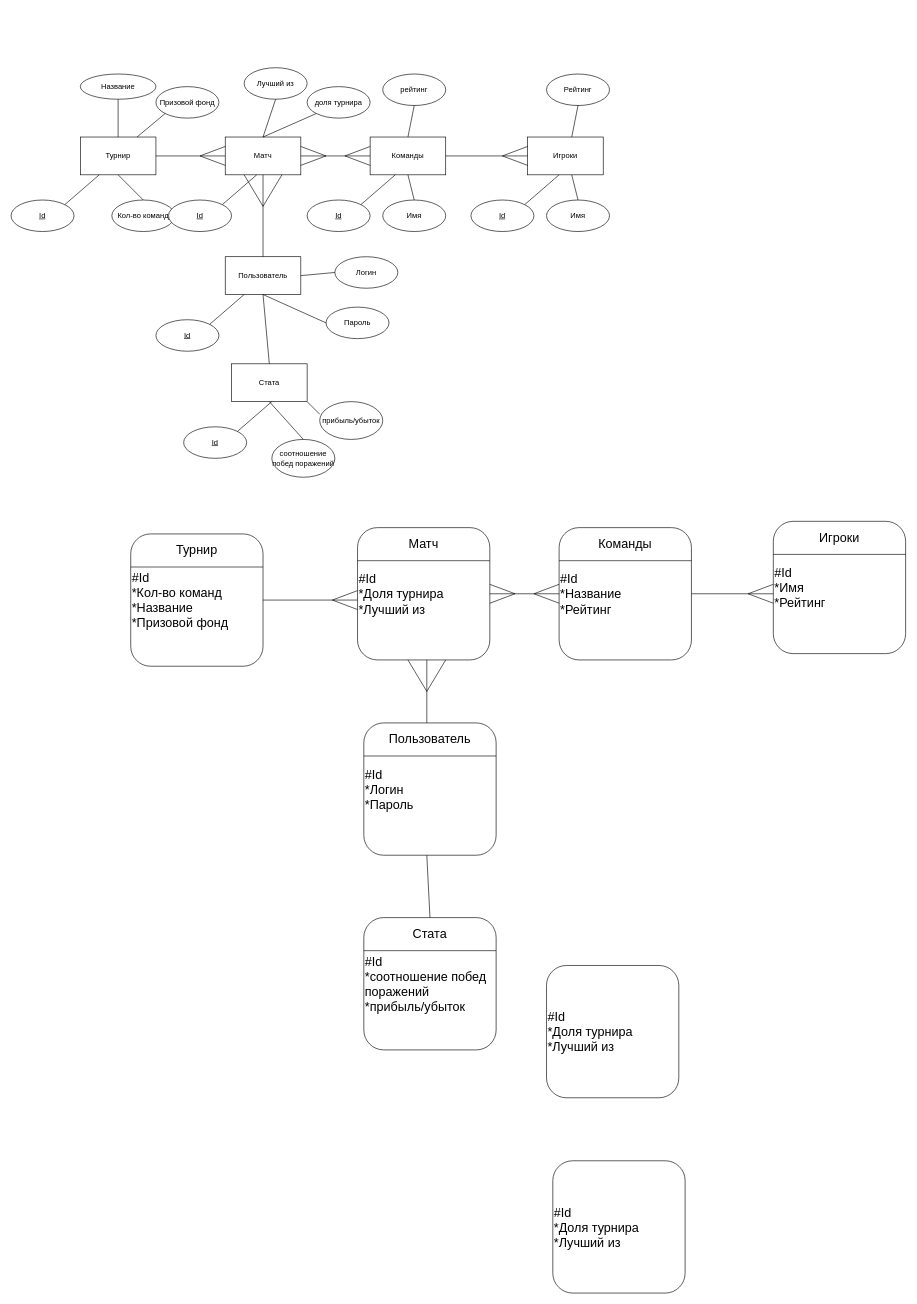
Before: Практика ERD диаграммы нотации Чена и Баркера.drawio in DarkReduX/Diagrams-for-projects, a draw.io diagram. Source tidied: cells renumbered, new cells numbered last; positions are measured from the earlier drawing's top-left corner, leaving out a move shared by most shapes. Both pictures are drawn from the tidied source at 63%, with x=0, y=0 at pixel (11, 67).
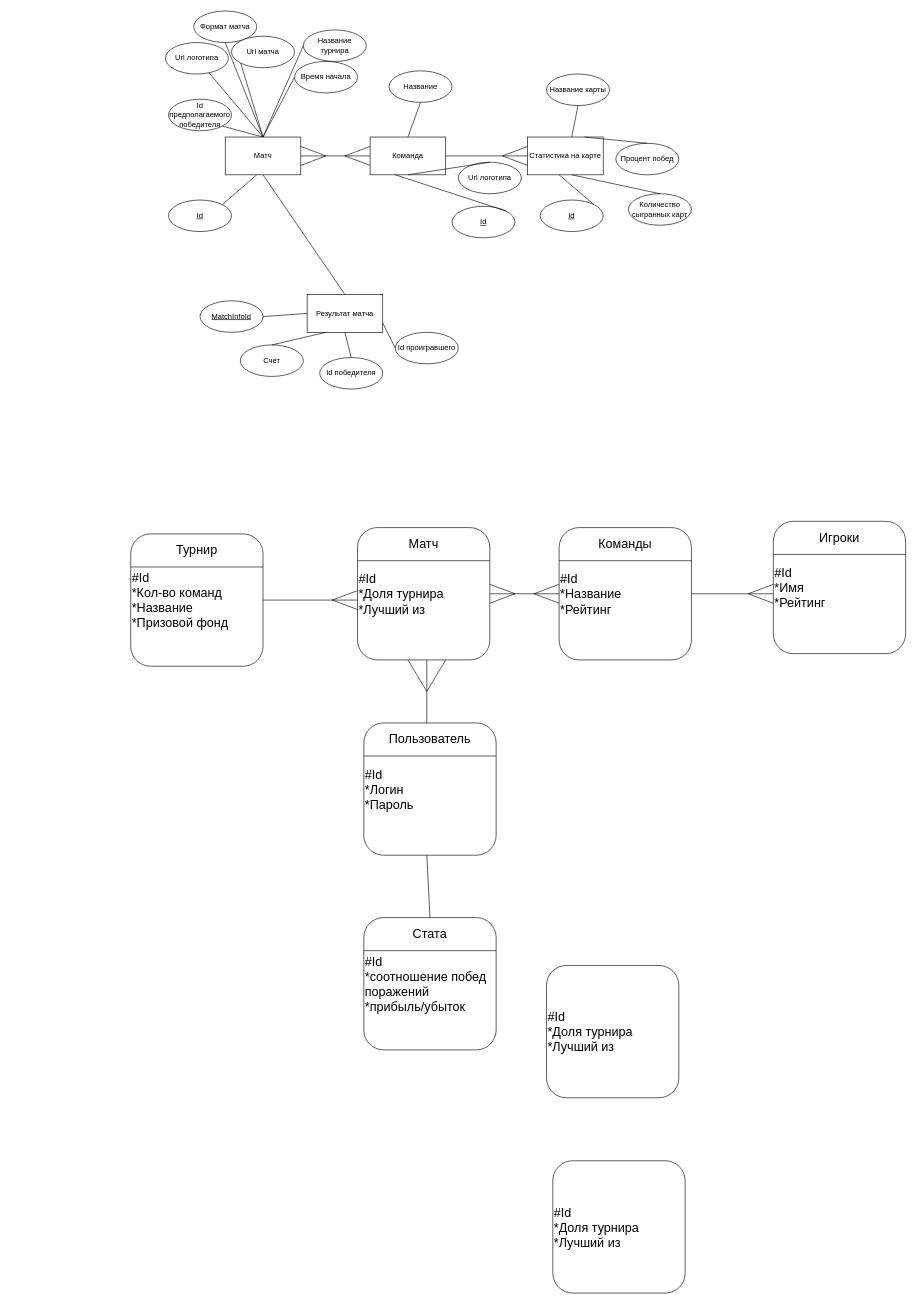
After the change.

The change refers to these unchanged cells:
```xml
<mxCell id="4" value="Матч" style="rounded=0;whiteSpace=wrap;html=1;" parent="1" vertex="1">
  <mxGeometry x="340" y="110" width="120" height="60" as="geometry" />
</mxCell>
```

What changed in the source:
```diff
@@
-    <mxCell id="2" value="Турнир" style="rounded=0;whiteSpace=wrap;html=1;" parent="1" vertex="1">
-      <mxGeometry x="110" y="110" width="120" height="60" as="geometry" />
-    </mxCell>
-    <mxCell id="3" style="endArrow=none;html=1;exitX=1;exitY=0.5;exitDx=0;exitDy=0;" parent="1" edge="1" source="2">
-      <mxGeometry relative="1" as="geometry">
-        <mxPoint x="340" y="140" as="targetPoint" />
-      </mxGeometry>
+    <mxCell id="3" style="endArrow=none;html=1;exitX=0.5;exitY=0;exitDx=0;exitDy=0;entryX=0.5;entryY=1;entryDx=0;entryDy=0;" parent="1" edge="1" source="106" target="4">
+      <mxGeometry relative="1" as="geometry" />
     </mxCell>
@@
-    <mxCell id="5" style="endArrow=none;html=1;entryX=0;entryY=0.25;entryDx=0;entryDy=0;" parent="1" edge="1" target="4">
-      <mxGeometry relative="1" as="geometry">
-        <mxPoint x="300" y="140" as="sourcePoint" />
-      </mxGeometry>
-    </mxCell>
-    <mxCell id="6" style="endArrow=none;html=1;entryX=0;entryY=0.75;entryDx=0;entryDy=0;" parent="1" edge="1" target="4">
-      <mxGeometry relative="1" as="geometry">
-        <mxPoint x="300" y="140" as="sourcePoint" />
-      </mxGeometry>
-    </mxCell>
@@
-    <mxCell id="8" value="Команды" style="rounded=0;whiteSpace=wrap;html=1;" parent="1" vertex="1">
+    <mxCell id="8" value="Команда" style="rounded=0;whiteSpace=wrap;html=1;" parent="1" vertex="1">
       <mxGeometry x="570" y="110" width="120" height="60" as="geometry" />
     </mxCell>
@@
-    <mxCell id="13" value="Игроки" style="rounded=0;whiteSpace=wrap;html=1;" parent="1" vertex="1">
+    <mxCell id="13" value="Статистика на карте" style="rounded=0;whiteSpace=wrap;html=1;" parent="1" vertex="1">
       <mxGeometry x="820" y="110" width="120" height="60" as="geometry" />
     </mxCell>
@@
-    <mxCell id="17" value="Пользователь" style="rounded=0;whiteSpace=wrap;html=1;" parent="1" vertex="1">
-      <mxGeometry x="340" y="300" width="120" height="60" as="geometry" />
-    </mxCell>
-    <mxCell id="18" style="endArrow=none;html=1;entryX=0.5;entryY=1;entryDx=0;entryDy=0;exitX=0.5;exitY=0;exitDx=0;exitDy=0;" parent="1" edge="1" source="17" target="4">
-      <mxGeometry relative="1" as="geometry" />
-    </mxCell>
-    <mxCell id="19" style="endArrow=none;html=1;exitX=0.25;exitY=1;exitDx=0;exitDy=0;" parent="1" edge="1" source="4">
-      <mxGeometry relative="1" as="geometry">
-        <mxPoint x="400" y="220" as="targetPoint" />
-      </mxGeometry>
-    </mxCell>
-    <mxCell id="20" style="endArrow=none;html=1;entryX=0.75;entryY=1;entryDx=0;entryDy=0;" parent="1" edge="1" target="4">
-      <mxGeometry relative="1" as="geometry">
-        <mxPoint x="400" y="220" as="sourcePoint" />
-      </mxGeometry>
-    </mxCell>
-    <mxCell id="21" value="Название" style="ellipse;whiteSpace=wrap;html=1;" parent="1" vertex="1">
-      <mxGeometry x="110" y="10" width="120" height="40" as="geometry" />
-    </mxCell>
-    <mxCell id="22" style="endArrow=none;html=1;exitX=0.5;exitY=0;exitDx=0;exitDy=0;entryX=0.5;entryY=1;entryDx=0;entryDy=0;" parent="1" edge="1" source="2" target="21">
-      <mxGeometry relative="1" as="geometry" />
-    </mxCell>
-    <mxCell id="23" value="Призовой фонд" style="ellipse;whiteSpace=wrap;html=1;" parent="1" vertex="1">
-      <mxGeometry x="230" y="30" width="100" height="50" as="geometry" />
-    </mxCell>
-    <mxCell id="24" style="endArrow=none;html=1;exitX=0.75;exitY=0;exitDx=0;exitDy=0;entryX=0;entryY=1;entryDx=0;entryDy=0;" parent="1" edge="1" source="2" target="23">
-      <mxGeometry relative="1" as="geometry" />
-    </mxCell>
-    <mxCell id="25" value="Кол-во команд" style="ellipse;whiteSpace=wrap;html=1;" parent="1" vertex="1">
-      <mxGeometry x="160" y="210" width="100" height="50" as="geometry" />
-    </mxCell>
-    <mxCell id="26" style="endArrow=none;html=1;exitX=0.5;exitY=0;exitDx=0;exitDy=0;entryX=0.5;entryY=1;entryDx=0;entryDy=0;" parent="1" edge="1" source="25" target="2">
-      <mxGeometry relative="1" as="geometry" />
-    </mxCell>
-    <mxCell id="27" value="Логин" style="ellipse;whiteSpace=wrap;html=1;" parent="1" vertex="1">
-      <mxGeometry x="514" y="300" width="100" height="50" as="geometry" />
-    </mxCell>
-    <mxCell id="28" value="Пароль" style="ellipse;whiteSpace=wrap;html=1;" parent="1" vertex="1">
-      <mxGeometry x="500" y="380" width="100" height="50" as="geometry" />
-    </mxCell>
-    <mxCell id="29" style="endArrow=none;html=1;exitX=0.5;exitY=1;exitDx=0;exitDy=0;entryX=0;entryY=0.5;entryDx=0;entryDy=0;" parent="1" edge="1" source="17" target="28">
-      <mxGeometry relative="1" as="geometry" />
-    </mxCell>
-    <mxCell id="30" style="endArrow=none;html=1;exitX=1;exitY=0.5;exitDx=0;exitDy=0;entryX=0;entryY=0.5;entryDx=0;entryDy=0;" parent="1" edge="1" source="17" target="27">
-      <mxGeometry relative="1" as="geometry" />
-    </mxCell>
-    <mxCell id="31" value="Лучший из" style="ellipse;whiteSpace=wrap;html=1;" parent="1" vertex="1">
-      <mxGeometry x="370" width="100" height="50" as="geometry" />
+    <mxCell id="31" value="Формат матча" style="ellipse;whiteSpace=wrap;html=1;" parent="1" vertex="1">
+      <mxGeometry x="290" y="-90" width="100" height="50" as="geometry" />
     </mxCell>
-    <mxCell id="32" value="доля турнира" style="ellipse;whiteSpace=wrap;html=1;" parent="1" vertex="1">
-      <mxGeometry x="470" y="30" width="100" height="50" as="geometry" />
+    <mxCell id="32" value="Url матча" style="ellipse;whiteSpace=wrap;html=1;" parent="1" vertex="1">
+      <mxGeometry x="350" y="-50" width="100" height="50" as="geometry" />
     </mxCell>
-    <mxCell id="33" value="Имя" style="ellipse;whiteSpace=wrap;html=1;" parent="1" vertex="1">
-      <mxGeometry x="590" y="210" width="100" height="50" as="geometry" />
+    <mxCell id="33" value="Url логотипа" style="ellipse;whiteSpace=wrap;html=1;" parent="1" vertex="1">
+      <mxGeometry x="710" y="150" width="100" height="50" as="geometry" />
     </mxCell>
@@
-    <mxCell id="37" value="рейтинг" style="ellipse;whiteSpace=wrap;html=1;" parent="1" vertex="1">
-      <mxGeometry x="590" y="10" width="100" height="50" as="geometry" />
+    <mxCell id="37" value="Название" style="ellipse;whiteSpace=wrap;html=1;" parent="1" vertex="1">
+      <mxGeometry x="600" y="5" width="100" height="50" as="geometry" />
     </mxCell>
@@
-    <mxCell id="39" value="Рейтинг" style="ellipse;whiteSpace=wrap;html=1;" parent="1" vertex="1">
+    <mxCell id="39" value="Название карты" style="ellipse;whiteSpace=wrap;html=1;" parent="1" vertex="1">
       <mxGeometry x="850" y="10" width="100" height="50" as="geometry" />
     </mxCell>
@@
-    <mxCell id="41" value="Имя" style="ellipse;whiteSpace=wrap;html=1;" parent="1" vertex="1">
-      <mxGeometry x="850" y="210" width="100" height="50" as="geometry" />
+    <mxCell id="41" value="Количество сыгранных карт" style="ellipse;whiteSpace=wrap;html=1;" parent="1" vertex="1">
+      <mxGeometry x="980" y="200" width="100" height="50" as="geometry" />
     </mxCell>
@@
-    <mxCell id="43" value="Стата" style="rounded=0;whiteSpace=wrap;html=1;" parent="1" vertex="1">
-      <mxGeometry x="350" y="470" width="120" height="60" as="geometry" />
-    </mxCell>
-    <mxCell id="44" value="прибыль/убыток" style="ellipse;whiteSpace=wrap;html=1;" parent="1" vertex="1">
-      <mxGeometry x="490" y="530" width="100" height="60" as="geometry" />
-    </mxCell>
-    <mxCell id="45" value="соотношение побед поражений" style="ellipse;whiteSpace=wrap;html=1;" parent="1" vertex="1">
-      <mxGeometry x="414" y="590" width="100" height="60" as="geometry" />
-    </mxCell>
-    <mxCell id="46" style="endArrow=none;html=1;entryX=0.5;entryY=1;entryDx=0;entryDy=0;exitX=0.5;exitY=0;exitDx=0;exitDy=0;" parent="1" edge="1" source="43" target="17">
-      <mxGeometry relative="1" as="geometry" />
-    </mxCell>
-    <mxCell id="47" style="endArrow=none;html=1;entryX=1;entryY=1;entryDx=0;entryDy=0;" parent="1" edge="1" target="43">
-      <mxGeometry relative="1" as="geometry">
-        <mxPoint x="490" y="550" as="sourcePoint" />
-      </mxGeometry>
-    </mxCell>
-    <mxCell id="48" style="endArrow=none;html=1;entryX=0.5;entryY=1;entryDx=0;entryDy=0;exitX=0.5;exitY=0;exitDx=0;exitDy=0;" parent="1" edge="1" source="45" target="43">
-      <mxGeometry relative="1" as="geometry" />
-    </mxCell>
@@
-    <mxCell id="84" value="&lt;u&gt;Id&lt;/u&gt;" style="ellipse;whiteSpace=wrap;html=1;" parent="1" vertex="1">
-      <mxGeometry x="230" y="400" width="100" height="50" as="geometry" />
-    </mxCell>
-    <mxCell id="85" style="endArrow=none;html=1;entryX=0.25;entryY=1;entryDx=0;entryDy=0;exitX=1;exitY=0;exitDx=0;exitDy=0;" parent="1" edge="1" source="84" target="17">
-      <mxGeometry relative="1" as="geometry" />
-    </mxCell>
-    <mxCell id="86" value="&lt;u&gt;Id&lt;/u&gt;" style="ellipse;whiteSpace=wrap;html=1;" parent="1" vertex="1">
-      <mxGeometry y="210" width="100" height="50" as="geometry" />
-    </mxCell>
-    <mxCell id="87" style="endArrow=none;html=1;entryX=0.25;entryY=1;entryDx=0;entryDy=0;exitX=1;exitY=0;exitDx=0;exitDy=0;" parent="1" edge="1" source="86">
-      <mxGeometry relative="1" as="geometry">
-        <mxPoint x="140" y="170" as="targetPoint" />
-      </mxGeometry>
-    </mxCell>
@@
     <mxCell id="90" value="&lt;u&gt;Id&lt;/u&gt;" style="ellipse;whiteSpace=wrap;html=1;" parent="1" vertex="1">
-      <mxGeometry x="470" y="210" width="100" height="50" as="geometry" />
+      <mxGeometry x="700" y="220" width="100" height="50" as="geometry" />
     </mxCell>
@@
     <mxCell id="92" value="&lt;u&gt;Id&lt;/u&gt;" style="ellipse;whiteSpace=wrap;html=1;" parent="1" vertex="1">
-      <mxGeometry x="730" y="210" width="100" height="50" as="geometry" />
+      <mxGeometry x="840" y="210" width="100" height="50" as="geometry" />
     </mxCell>
@@
-    <mxCell id="94" value="&lt;u&gt;Id&lt;/u&gt;" style="ellipse;whiteSpace=wrap;html=1;" parent="1" vertex="1">
-      <mxGeometry x="274" y="570" width="100" height="50" as="geometry" />
-    </mxCell>
-    <mxCell id="95" style="endArrow=none;html=1;entryX=0.25;entryY=1;entryDx=0;entryDy=0;exitX=1;exitY=0;exitDx=0;exitDy=0;" parent="1" edge="1" source="94">
-      <mxGeometry relative="1" as="geometry">
-        <mxPoint x="414" y="530" as="targetPoint" />
-      </mxGeometry>
-    </mxCell>
+    <mxCell id="96" value="Название турнира" style="ellipse;whiteSpace=wrap;html=1;" parent="1" vertex="1">
+      <mxGeometry x="464" y="-60" width="100" height="50" as="geometry" />
+    </mxCell>
+    <mxCell id="97" style="endArrow=none;html=1;exitX=0.5;exitY=0;exitDx=0;exitDy=0;entryX=0;entryY=0.5;entryDx=0;entryDy=0;" parent="1" edge="1" source="4" target="96">
+      <mxGeometry relative="1" as="geometry" />
+    </mxCell>
+    <mxCell id="98" value="Время начала" style="ellipse;whiteSpace=wrap;html=1;" parent="1" vertex="1">
+      <mxGeometry x="450" y="-10" width="100" height="50" as="geometry" />
+    </mxCell>
+    <mxCell id="99" style="endArrow=none;html=1;exitX=0.5;exitY=0;exitDx=0;exitDy=0;entryX=0;entryY=0.5;entryDx=0;entryDy=0;" parent="1" edge="1" source="4" target="98">
+      <mxGeometry relative="1" as="geometry" />
+    </mxCell>
+    <mxCell id="100" value="Url логотипа" style="ellipse;whiteSpace=wrap;html=1;" parent="1" vertex="1">
+      <mxGeometry x="245" y="-40" width="100" height="50" as="geometry" />
+    </mxCell>
+    <mxCell id="101" style="endArrow=none;html=1;exitX=0.5;exitY=0;exitDx=0;exitDy=0;" parent="1" edge="1" source="4" target="100">
+      <mxGeometry relative="1" as="geometry" />
+    </mxCell>
+    <mxCell id="102" value="Id предполагаемого победителя" style="ellipse;whiteSpace=wrap;html=1;" parent="1" vertex="1">
+      <mxGeometry x="250" y="50" width="100" height="50" as="geometry" />
+    </mxCell>
+    <mxCell id="103" style="endArrow=none;html=1;entryX=1;entryY=1;entryDx=0;entryDy=0;exitX=0.5;exitY=0;exitDx=0;exitDy=0;" parent="1" edge="1" source="4" target="102">
+      <mxGeometry relative="1" as="geometry" />
+    </mxCell>
+    <mxCell id="104" value="Процент побед" style="ellipse;whiteSpace=wrap;html=1;" parent="1" vertex="1">
+      <mxGeometry x="960" y="120" width="100" height="50" as="geometry" />
+    </mxCell>
+    <mxCell id="105" style="endArrow=none;html=1;exitX=0.75;exitY=0;exitDx=0;exitDy=0;entryX=0.5;entryY=0;entryDx=0;entryDy=0;" parent="1" edge="1" source="13" target="104">
+      <mxGeometry relative="1" as="geometry" />
+    </mxCell>
+    <mxCell id="106" value="Результат матча" style="rounded=0;whiteSpace=wrap;html=1;" parent="1" vertex="1">
+      <mxGeometry x="470" y="360" width="120" height="60" as="geometry" />
+    </mxCell>
+    <mxCell id="107" value="&lt;u&gt;MatchInfoId&lt;/u&gt;" style="ellipse;whiteSpace=wrap;html=1;" parent="1" vertex="1">
+      <mxGeometry x="300" y="370" width="100" height="50" as="geometry" />
+    </mxCell>
+    <mxCell id="108" value="Счет" style="ellipse;whiteSpace=wrap;html=1;" parent="1" vertex="1">
+      <mxGeometry x="364" y="440" width="100" height="50" as="geometry" />
+    </mxCell>
+    <mxCell id="109" value="Id победителя" style="ellipse;whiteSpace=wrap;html=1;" parent="1" vertex="1">
+      <mxGeometry x="490" y="460" width="100" height="50" as="geometry" />
+    </mxCell>
+    <mxCell id="110" value="Id проигравшего" style="ellipse;whiteSpace=wrap;html=1;" parent="1" vertex="1">
+      <mxGeometry x="610" y="420" width="100" height="50" as="geometry" />
+    </mxCell>
+    <mxCell id="111" style="endArrow=none;html=1;exitX=0;exitY=0.5;exitDx=0;exitDy=0;entryX=1;entryY=0.5;entryDx=0;entryDy=0;" parent="1" edge="1" source="106" target="107">
+      <mxGeometry relative="1" as="geometry" />
+    </mxCell>
+    <mxCell id="112" style="endArrow=none;html=1;exitX=0.25;exitY=1;exitDx=0;exitDy=0;entryX=0.5;entryY=0;entryDx=0;entryDy=0;" parent="1" edge="1" source="106" target="108">
+      <mxGeometry relative="1" as="geometry" />
+    </mxCell>
+    <mxCell id="113" style="endArrow=none;html=1;exitX=0.5;exitY=1;exitDx=0;exitDy=0;entryX=0.5;entryY=0;entryDx=0;entryDy=0;" parent="1" edge="1" source="106" target="109">
+      <mxGeometry relative="1" as="geometry" />
+    </mxCell>
+    <mxCell id="114" style="endArrow=none;html=1;exitX=1;exitY=0.75;exitDx=0;exitDy=0;entryX=0;entryY=0.5;entryDx=0;entryDy=0;" parent="1" edge="1" source="106" target="110">
+      <mxGeometry relative="1" as="geometry" />
+    </mxCell>
```
